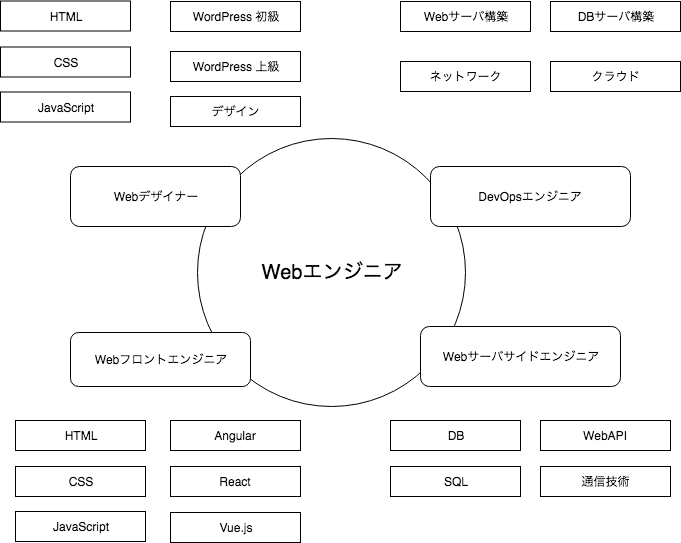
This is Untitled Diagram.png from furugen/Drawio, a draw.io export, as it was before one commit. Source tidied: cells renumbered, new cells last; positions are measured from the earlier drawing's top-left corner, leaving out a move shared by most shapes. The source it was exported from:
```xml
<mxGraphModel>
  <root>
    <mxCell id="0" />
    <mxCell id="1" parent="0" />
    <mxCell id="2" value="&lt;span style=&quot;white-space: normal&quot;&gt;&lt;font style=&quot;font-size: 20px&quot;&gt;Webエンジニア&lt;/font&gt;&lt;/span&gt;" style="ellipse;whiteSpace=wrap;html=1;" parent="1" vertex="1">
      <mxGeometry x="197" y="138" width="268" height="268" as="geometry" />
    </mxCell>
    <mxCell id="3" value="Webデザイナー" style="rounded=1;whiteSpace=wrap;html=1;" parent="1" vertex="1">
      <mxGeometry x="70" y="166" width="170" height="60" as="geometry" />
    </mxCell>
    <mxCell id="4" value="&lt;span style=&quot;white-space: normal&quot;&gt;WordPress 初級&lt;/span&gt;" style="rounded=0;whiteSpace=wrap;html=1;" parent="1" vertex="1">
      <mxGeometry x="170" y="1" width="130" height="30" as="geometry" />
    </mxCell>
    <mxCell id="5" value="&lt;span style=&quot;white-space: normal&quot;&gt;WordPress 上級&lt;/span&gt;" style="rounded=0;whiteSpace=wrap;html=1;" parent="1" vertex="1">
      <mxGeometry x="170" y="51" width="130" height="30" as="geometry" />
    </mxCell>
    <mxCell id="6" value="Webフロントエンジニア" style="rounded=1;whiteSpace=wrap;html=1;strokeColor=#000000;" parent="1" vertex="1">
      <mxGeometry x="70" y="332" width="180" height="54" as="geometry" />
    </mxCell>
    <mxCell id="7" value="Webサーバサイドエンジニア" style="rounded=1;whiteSpace=wrap;html=1;" parent="1" vertex="1">
      <mxGeometry x="420" y="326" width="200" height="60" as="geometry" />
    </mxCell>
    <mxCell id="8" value="HTML" style="rounded=0;whiteSpace=wrap;html=1;" parent="1" vertex="1">
      <mxGeometry x="15" y="420" width="130" height="30" as="geometry" />
    </mxCell>
    <mxCell id="9" value="CSS" style="rounded=0;whiteSpace=wrap;html=1;" parent="1" vertex="1">
      <mxGeometry x="15" y="466" width="130" height="30" as="geometry" />
    </mxCell>
    <mxCell id="10" value="JavaScript" style="rounded=0;whiteSpace=wrap;html=1;" parent="1" vertex="1">
      <mxGeometry x="15" y="511" width="130" height="30" as="geometry" />
    </mxCell>
    <mxCell id="11" value="Angular" style="rounded=0;whiteSpace=wrap;html=1;" parent="1" vertex="1">
      <mxGeometry x="170" y="420" width="130" height="30" as="geometry" />
    </mxCell>
    <mxCell id="12" value="React" style="rounded=0;whiteSpace=wrap;html=1;" parent="1" vertex="1">
      <mxGeometry x="170" y="466" width="130" height="30" as="geometry" />
    </mxCell>
    <mxCell id="13" value="Vue.js" style="rounded=0;whiteSpace=wrap;html=1;" parent="1" vertex="1">
      <mxGeometry x="170" y="512" width="130" height="30" as="geometry" />
    </mxCell>
    <mxCell id="14" value="DB" style="rounded=0;whiteSpace=wrap;html=1;" parent="1" vertex="1">
      <mxGeometry x="390" y="420" width="130" height="30" as="geometry" />
    </mxCell>
    <mxCell id="15" value="SQL" style="rounded=0;whiteSpace=wrap;html=1;" parent="1" vertex="1">
      <mxGeometry x="390" y="466" width="130" height="30" as="geometry" />
    </mxCell>
    <mxCell id="16" value="DevOpsエンジニア" style="rounded=1;whiteSpace=wrap;html=1;" parent="1" vertex="1">
      <mxGeometry x="430" y="166" width="200" height="60" as="geometry" />
    </mxCell>
    <mxCell id="17" value="&lt;span style=&quot;white-space: normal&quot;&gt;デザイン&lt;/span&gt;" style="rounded=0;whiteSpace=wrap;html=1;" parent="1" vertex="1">
      <mxGeometry x="170" y="96" width="130" height="30" as="geometry" />
    </mxCell>
    <mxCell id="18" value="WebAPI" style="rounded=0;whiteSpace=wrap;html=1;" parent="1" vertex="1">
      <mxGeometry x="540" y="420" width="130" height="30" as="geometry" />
    </mxCell>
    <mxCell id="19" value="Webサーバ構築" style="rounded=0;whiteSpace=wrap;html=1;" parent="1" vertex="1">
      <mxGeometry x="400" y="1" width="130" height="30" as="geometry" />
    </mxCell>
    <mxCell id="20" value="ネットワーク" style="rounded=0;whiteSpace=wrap;html=1;" parent="1" vertex="1">
      <mxGeometry x="400" y="61" width="130" height="30" as="geometry" />
    </mxCell>
    <mxCell id="21" value="クラウド" style="rounded=0;whiteSpace=wrap;html=1;" parent="1" vertex="1">
      <mxGeometry x="550" y="61" width="130" height="30" as="geometry" />
    </mxCell>
    <mxCell id="22" value="HTML" style="rounded=0;whiteSpace=wrap;html=1;" parent="1" vertex="1">
      <mxGeometry y="0.5" width="130" height="30" as="geometry" />
    </mxCell>
    <mxCell id="23" value="CSS" style="rounded=0;whiteSpace=wrap;html=1;" parent="1" vertex="1">
      <mxGeometry y="46.5" width="130" height="30" as="geometry" />
    </mxCell>
    <mxCell id="24" value="JavaScript" style="rounded=0;whiteSpace=wrap;html=1;" parent="1" vertex="1">
      <mxGeometry y="91.5" width="130" height="30" as="geometry" />
    </mxCell>
    <mxCell id="25" value="DBサーバ構築" style="rounded=0;whiteSpace=wrap;html=1;" parent="1" vertex="1">
      <mxGeometry x="550" y="1" width="130" height="30" as="geometry" />
    </mxCell>
    <mxCell id="26" value="通信技術" style="rounded=0;whiteSpace=wrap;html=1;" parent="1" vertex="1">
      <mxGeometry x="540" y="466" width="130" height="30" as="geometry" />
    </mxCell>
    <mxCell id="27" style="edgeStyle=orthogonalEdgeStyle;rounded=0;orthogonalLoop=1;jettySize=auto;html=1;exitX=0.5;exitY=1;exitDx=0;exitDy=0;" parent="1" edge="1" source="7" target="7">
      <mxGeometry relative="1" as="geometry" />
    </mxCell>
  </root>
</mxGraphModel>
```
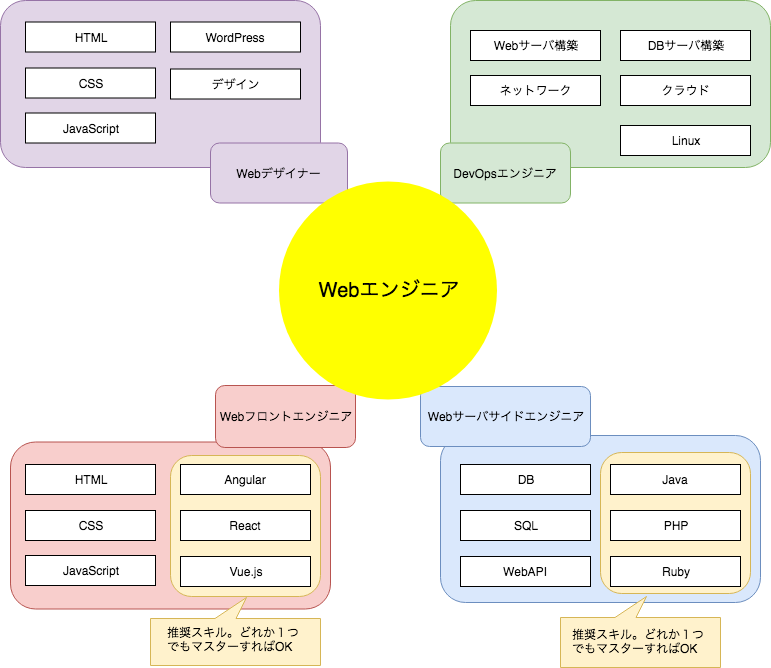
Later version of the same file.

What changed in the source:
```diff
@@ -2,83 +2,119 @@
   <root>
     <mxCell id="0" />
     <mxCell id="1" parent="0" />
-    <mxCell id="2" value="&lt;span style=&quot;white-space: normal&quot;&gt;&lt;font style=&quot;font-size: 20px&quot;&gt;Webエンジニア&lt;/font&gt;&lt;/span&gt;" style="ellipse;whiteSpace=wrap;html=1;" parent="1" vertex="1">
-      <mxGeometry x="197" y="138" width="268" height="268" as="geometry" />
-    </mxCell>
+    <mxCell id="28" style="rounded=1;whiteSpace=wrap;html=1;strokeColor=#6c8ebf;fillColor=#dae8fc;" parent="1" vertex="1">
+      <mxGeometry x="380" y="406" width="320" height="167" as="geometry" />
+    </mxCell>
+    <mxCell id="29" style="rounded=1;whiteSpace=wrap;html=1;strokeColor=#d6b656;fillColor=#fff2cc;" parent="1" vertex="1">
+      <mxGeometry x="540" y="423" width="150" height="141" as="geometry" />
+    </mxCell>
+    <mxCell id="30" style="rounded=1;whiteSpace=wrap;html=1;strokeColor=#b85450;fillColor=#f8cecc;" parent="1" vertex="1">
+      <mxGeometry x="-50" y="412.5" width="320" height="167" as="geometry" />
+    </mxCell>
+    <mxCell id="31" style="rounded=1;whiteSpace=wrap;html=1;strokeColor=#d6b656;fillColor=#fff2cc;" parent="1" vertex="1">
+      <mxGeometry x="110" y="426" width="150" height="141" as="geometry" />
+    </mxCell>
+    <mxCell id="32" style="rounded=1;whiteSpace=wrap;html=1;strokeColor=#82b366;fillColor=#d5e8d4;" parent="1" vertex="1">
+      <mxGeometry x="390" y="-29" width="320" height="167" as="geometry" />
+    </mxCell>
+    <mxCell id="33" style="rounded=1;whiteSpace=wrap;html=1;strokeColor=#9673a6;fillColor=#e1d5e7;" parent="1" vertex="1">
+      <mxGeometry x="-60" y="-29" width="320" height="167" as="geometry" />
+    </mxCell>
-    <mxCell id="3" value="Webデザイナー" style="rounded=1;whiteSpace=wrap;html=1;" parent="1" vertex="1">
-      <mxGeometry x="70" y="166" width="170" height="60" as="geometry" />
+    <mxCell id="3" value="Webデザイナー" style="rounded=1;whiteSpace=wrap;html=1;fillColor=#e1d5e7;strokeColor=#9673a6;" parent="1" vertex="1">
+      <mxGeometry x="150" y="113.5" width="137" height="60" as="geometry" />
     </mxCell>
-    <mxCell id="4" value="&lt;span style=&quot;white-space: normal&quot;&gt;WordPress 初級&lt;/span&gt;" style="rounded=0;whiteSpace=wrap;html=1;" parent="1" vertex="1">
-      <mxGeometry x="170" y="1" width="130" height="30" as="geometry" />
+    <mxCell id="4" value="&lt;span style=&quot;white-space: normal&quot;&gt;WordPress&lt;/span&gt;" style="rounded=0;whiteSpace=wrap;html=1;" parent="1" vertex="1">
+      <mxGeometry x="110" y="-7.5" width="130" height="30" as="geometry" />
     </mxCell>
-    <mxCell id="5" value="&lt;span style=&quot;white-space: normal&quot;&gt;WordPress 上級&lt;/span&gt;" style="rounded=0;whiteSpace=wrap;html=1;" parent="1" vertex="1">
-      <mxGeometry x="170" y="51" width="130" height="30" as="geometry" />
-    </mxCell>
-    <mxCell id="6" value="Webフロントエンジニア" style="rounded=1;whiteSpace=wrap;html=1;strokeColor=#000000;" parent="1" vertex="1">
-      <mxGeometry x="70" y="332" width="180" height="54" as="geometry" />
+    <mxCell id="6" value="Webフロントエンジニア" style="rounded=1;whiteSpace=wrap;html=1;fillColor=#f8cecc;strokeColor=#b85450;" parent="1" vertex="1">
+      <mxGeometry x="155" y="356" width="140" height="62" as="geometry" />
     </mxCell>
-    <mxCell id="7" value="Webサーバサイドエンジニア" style="rounded=1;whiteSpace=wrap;html=1;" parent="1" vertex="1">
-      <mxGeometry x="420" y="326" width="200" height="60" as="geometry" />
+    <mxCell id="7" value="Webサーバサイドエンジニア" style="rounded=1;whiteSpace=wrap;html=1;fillColor=#dae8fc;strokeColor=#6c8ebf;" parent="1" vertex="1">
+      <mxGeometry x="360" y="357" width="170" height="60" as="geometry" />
     </mxCell>
     <mxCell id="8" value="HTML" style="rounded=0;whiteSpace=wrap;html=1;" parent="1" vertex="1">
-      <mxGeometry x="15" y="420" width="130" height="30" as="geometry" />
+      <mxGeometry x="-35" y="435" width="130" height="30" as="geometry" />
     </mxCell>
     <mxCell id="9" value="CSS" style="rounded=0;whiteSpace=wrap;html=1;" parent="1" vertex="1">
-      <mxGeometry x="15" y="466" width="130" height="30" as="geometry" />
+      <mxGeometry x="-35" y="481" width="130" height="30" as="geometry" />
     </mxCell>
     <mxCell id="10" value="JavaScript" style="rounded=0;whiteSpace=wrap;html=1;" parent="1" vertex="1">
-      <mxGeometry x="15" y="511" width="130" height="30" as="geometry" />
+      <mxGeometry x="-35" y="526" width="130" height="30" as="geometry" />
     </mxCell>
     <mxCell id="11" value="Angular" style="rounded=0;whiteSpace=wrap;html=1;" parent="1" vertex="1">
-      <mxGeometry x="170" y="420" width="130" height="30" as="geometry" />
+      <mxGeometry x="120" y="435" width="130" height="30" as="geometry" />
     </mxCell>
     <mxCell id="12" value="React" style="rounded=0;whiteSpace=wrap;html=1;" parent="1" vertex="1">
-      <mxGeometry x="170" y="466" width="130" height="30" as="geometry" />
+      <mxGeometry x="120" y="481" width="130" height="30" as="geometry" />
     </mxCell>
     <mxCell id="13" value="Vue.js" style="rounded=0;whiteSpace=wrap;html=1;" parent="1" vertex="1">
-      <mxGeometry x="170" y="512" width="130" height="30" as="geometry" />
+      <mxGeometry x="120" y="527" width="130" height="30" as="geometry" />
     </mxCell>
     <mxCell id="14" value="DB" style="rounded=0;whiteSpace=wrap;html=1;" parent="1" vertex="1">
-      <mxGeometry x="390" y="420" width="130" height="30" as="geometry" />
+      <mxGeometry x="400" y="435" width="130" height="30" as="geometry" />
     </mxCell>
     <mxCell id="15" value="SQL" style="rounded=0;whiteSpace=wrap;html=1;" parent="1" vertex="1">
-      <mxGeometry x="390" y="466" width="130" height="30" as="geometry" />
+      <mxGeometry x="400" y="481" width="130" height="30" as="geometry" />
     </mxCell>
-    <mxCell id="16" value="DevOpsエンジニア" style="rounded=1;whiteSpace=wrap;html=1;" parent="1" vertex="1">
-      <mxGeometry x="430" y="166" width="200" height="60" as="geometry" />
+    <mxCell id="16" value="DevOpsエンジニア" style="rounded=1;whiteSpace=wrap;html=1;fillColor=#d5e8d4;strokeColor=#82b366;" parent="1" vertex="1">
+      <mxGeometry x="380" y="113.5" width="130" height="60" as="geometry" />
     </mxCell>
     <mxCell id="17" value="&lt;span style=&quot;white-space: normal&quot;&gt;デザイン&lt;/span&gt;" style="rounded=0;whiteSpace=wrap;html=1;" parent="1" vertex="1">
-      <mxGeometry x="170" y="96" width="130" height="30" as="geometry" />
+      <mxGeometry x="110" y="39.5" width="130" height="30" as="geometry" />
     </mxCell>
     <mxCell id="18" value="WebAPI" style="rounded=0;whiteSpace=wrap;html=1;" parent="1" vertex="1">
-      <mxGeometry x="540" y="420" width="130" height="30" as="geometry" />
+      <mxGeometry x="400" y="527" width="130" height="30" as="geometry" />
     </mxCell>
     <mxCell id="19" value="Webサーバ構築" style="rounded=0;whiteSpace=wrap;html=1;" parent="1" vertex="1">
-      <mxGeometry x="400" y="1" width="130" height="30" as="geometry" />
+      <mxGeometry x="410" y="1" width="130" height="30" as="geometry" />
     </mxCell>
     <mxCell id="20" value="ネットワーク" style="rounded=0;whiteSpace=wrap;html=1;" parent="1" vertex="1">
-      <mxGeometry x="400" y="61" width="130" height="30" as="geometry" />
+      <mxGeometry x="410" y="46" width="130" height="30" as="geometry" />
     </mxCell>
     <mxCell id="21" value="クラウド" style="rounded=0;whiteSpace=wrap;html=1;" parent="1" vertex="1">
-      <mxGeometry x="550" y="61" width="130" height="30" as="geometry" />
+      <mxGeometry x="560" y="46" width="130" height="30" as="geometry" />
     </mxCell>
     <mxCell id="22" value="HTML" style="rounded=0;whiteSpace=wrap;html=1;" parent="1" vertex="1">
-      <mxGeometry y="0.5" width="130" height="30" as="geometry" />
+      <mxGeometry x="-35" y="-7.5" width="130" height="30" as="geometry" />
     </mxCell>
     <mxCell id="23" value="CSS" style="rounded=0;whiteSpace=wrap;html=1;" parent="1" vertex="1">
-      <mxGeometry y="46.5" width="130" height="30" as="geometry" />
+      <mxGeometry x="-35" y="38.5" width="130" height="30" as="geometry" />
     </mxCell>
     <mxCell id="24" value="JavaScript" style="rounded=0;whiteSpace=wrap;html=1;" parent="1" vertex="1">
-      <mxGeometry y="91.5" width="130" height="30" as="geometry" />
+      <mxGeometry x="-35" y="83.5" width="130" height="30" as="geometry" />
     </mxCell>
     <mxCell id="25" value="DBサーバ構築" style="rounded=0;whiteSpace=wrap;html=1;" parent="1" vertex="1">
-      <mxGeometry x="550" y="1" width="130" height="30" as="geometry" />
+      <mxGeometry x="560" y="1" width="130" height="30" as="geometry" />
     </mxCell>
-    <mxCell id="26" value="通信技術" style="rounded=0;whiteSpace=wrap;html=1;" parent="1" vertex="1">
-      <mxGeometry x="540" y="466" width="130" height="30" as="geometry" />
+    <mxCell id="26" value="Java" style="rounded=0;whiteSpace=wrap;html=1;" parent="1" vertex="1">
+      <mxGeometry x="550" y="435" width="130" height="30" as="geometry" />
     </mxCell>
     <mxCell id="27" style="edgeStyle=orthogonalEdgeStyle;rounded=0;orthogonalLoop=1;jettySize=auto;html=1;exitX=0.5;exitY=1;exitDx=0;exitDy=0;" parent="1" edge="1" source="7" target="7">
       <mxGeometry relative="1" as="geometry" />
     </mxCell>
+    <mxCell id="34" value="Linux" style="rounded=0;whiteSpace=wrap;html=1;" parent="1" vertex="1">
+      <mxGeometry x="560" y="96" width="130" height="30" as="geometry" />
+    </mxCell>
+    <mxCell id="35" value="PHP" style="rounded=0;whiteSpace=wrap;html=1;" parent="1" vertex="1">
+      <mxGeometry x="550" y="481" width="130" height="30" as="geometry" />
+    </mxCell>
+    <mxCell id="36" value="Ruby" style="rounded=0;whiteSpace=wrap;html=1;" parent="1" vertex="1">
+      <mxGeometry x="550" y="527" width="130" height="30" as="geometry" />
+    </mxCell>
+    <mxCell id="37" style="whiteSpace=wrap;html=1;shape=mxgraph.basic.rectCallout;dx=95;dy=21;boundedLbl=1;rotation=-180;fillColor=#fff2cc;strokeColor=#d6b656;" parent="1" vertex="1">
+      <mxGeometry x="90" y="568" width="170" height="68" as="geometry" />
+    </mxCell>
+    <mxCell id="38" value="推奨スキル。どれか１つでもマスターすればOK" style="text;html=1;strokeColor=none;fillColor=none;align=left;verticalAlign=middle;whiteSpace=wrap;rounded=0;" parent="1" vertex="1">
+      <mxGeometry x="105" y="600" width="140" height="20" as="geometry" />
+    </mxCell>
+    <mxCell id="39" style="whiteSpace=wrap;html=1;shape=mxgraph.basic.rectCallout;dx=95;dy=21;boundedLbl=1;rotation=-180;fillColor=#fff2cc;strokeColor=#d6b656;" parent="1" vertex="1">
+      <mxGeometry x="500" y="567" width="160" height="71" as="geometry" />
+    </mxCell>
+    <mxCell id="40" value="推奨スキル。どれか１つでもマスターすればOK" style="text;html=1;strokeColor=none;fillColor=none;align=left;verticalAlign=middle;whiteSpace=wrap;rounded=0;" parent="1" vertex="1">
+      <mxGeometry x="510" y="602" width="140" height="20" as="geometry" />
+    </mxCell>
+    <mxCell id="2" value="&lt;span style=&quot;white-space: normal&quot;&gt;&lt;font style=&quot;font-size: 20px&quot;&gt;Webエンジニア&lt;/font&gt;&lt;/span&gt;" style="ellipse;whiteSpace=wrap;html=1;fillColor=#FFFF00;strokeColor=none;" parent="1" vertex="1">
+      <mxGeometry x="218.5" y="152" width="218" height="218" as="geometry" />
+    </mxCell>
   </root>
 </mxGraphModel>
```
